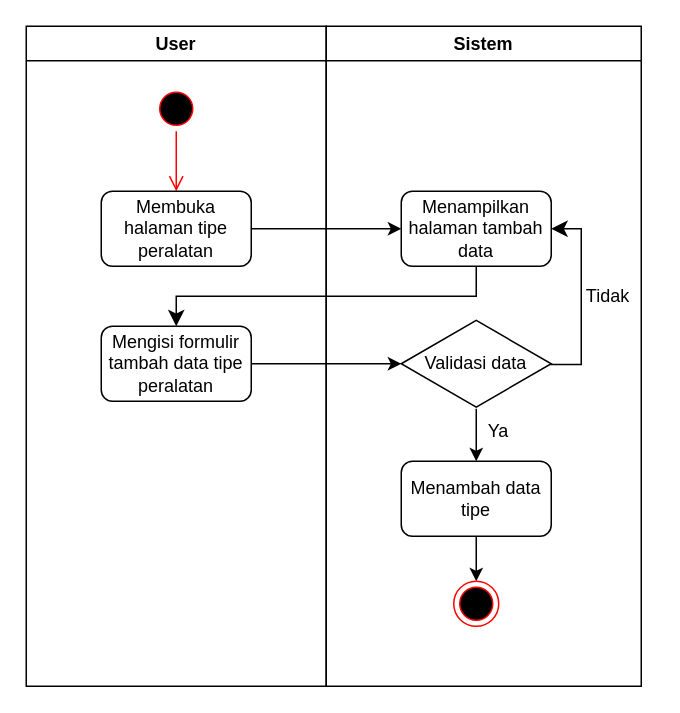
rismanrhz/idms keeps this draw.io diagram as DOKUMENTASI IDMS/tipe peralatan/tambahtipe.drawio. Above is the earlier version. Source tidied: cells renumbered, new cells numbered last; positions are measured from the earlier drawing's top-left corner, leaving out a move shared by most shapes. Both pictures are drawn from the tidied source at 150%, with x=0, y=0 at pixel (26, 26).
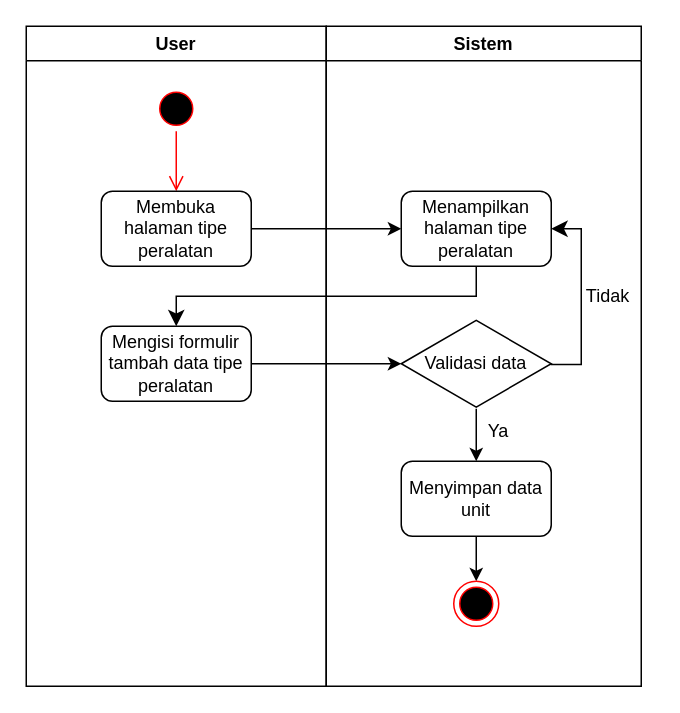
The same page after the edit.

Unchanged cells that the change refers to:
```xml
<mxCell id="7" value="Sistem" style="swimlane;whiteSpace=wrap;html=1;" parent="1" vertex="1">
  <mxGeometry x="200" width="210" height="440" as="geometry" />
</mxCell>
```

Diff of the diagram source:
```diff
@@
-    <mxCell id="8" value="Menampilkan halaman tambah data" style="rounded=1;whiteSpace=wrap;html=1;" parent="7" vertex="1">
+    <mxCell id="8" value="Menampilkan halaman tipe peralatan" style="rounded=1;whiteSpace=wrap;html=1;" parent="7" vertex="1">
       <mxGeometry x="50" y="110" width="100" height="50" as="geometry" />
     </mxCell>
@@
-    <mxCell id="14" value="Menambah data tipe" style="rounded=1;whiteSpace=wrap;html=1;" parent="7" vertex="1">
+    <mxCell id="14" value="Menyimpan data unit" style="rounded=1;whiteSpace=wrap;html=1;" parent="7" vertex="1">
       <mxGeometry x="50" y="290" width="100" height="50" as="geometry" />
     </mxCell>
```
